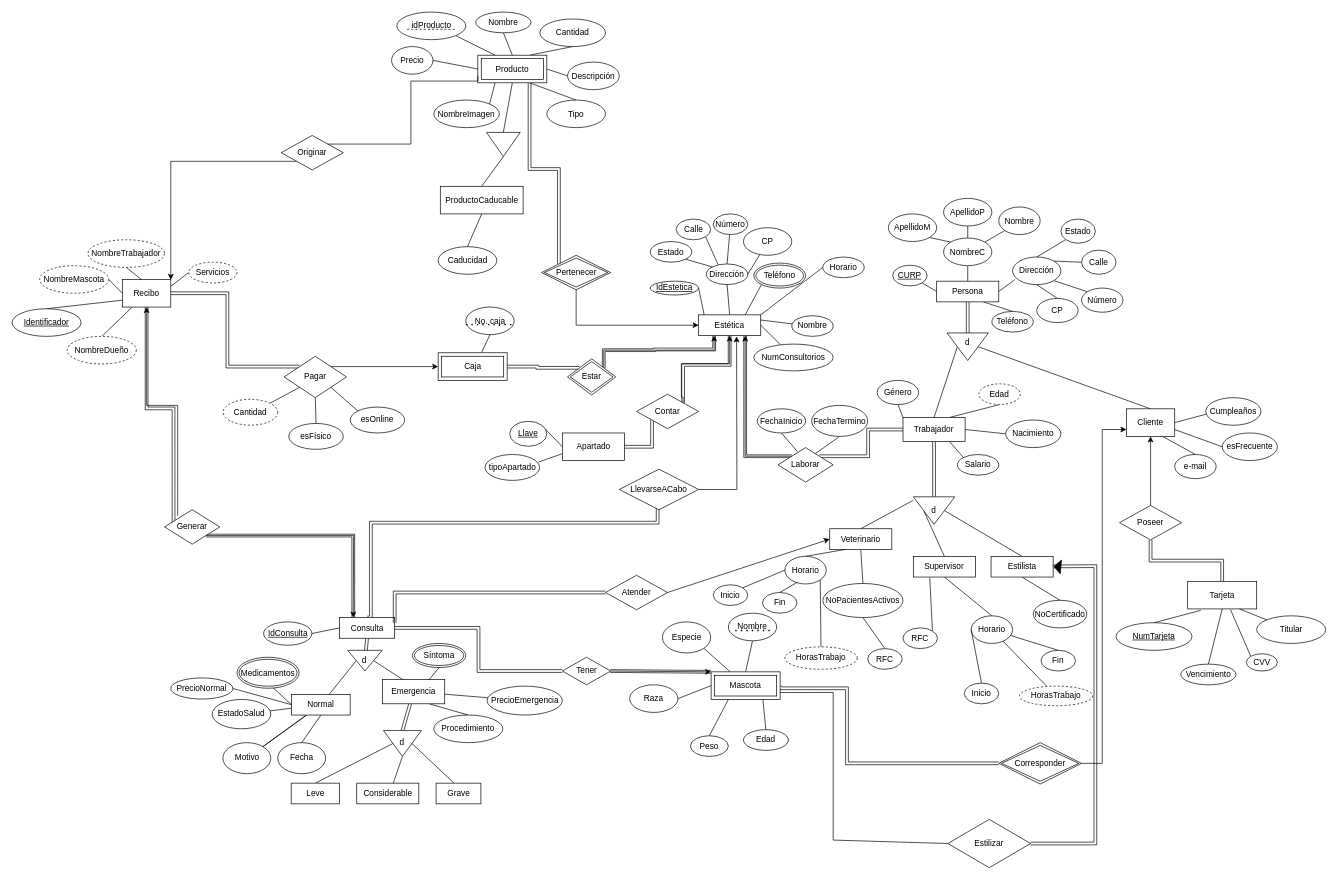
Above: ERAlfa.drawio in FBD-Alfa/Practica03 (draw.io), before the change. Source tidied: cells renumbered, new cells numbered last; positions are measured from the earlier drawing's top-left corner, leaving out a move shared by most shapes. Both pictures are drawn from the tidied source at 69%, with x=0, y=0 at pixel (12, 12).
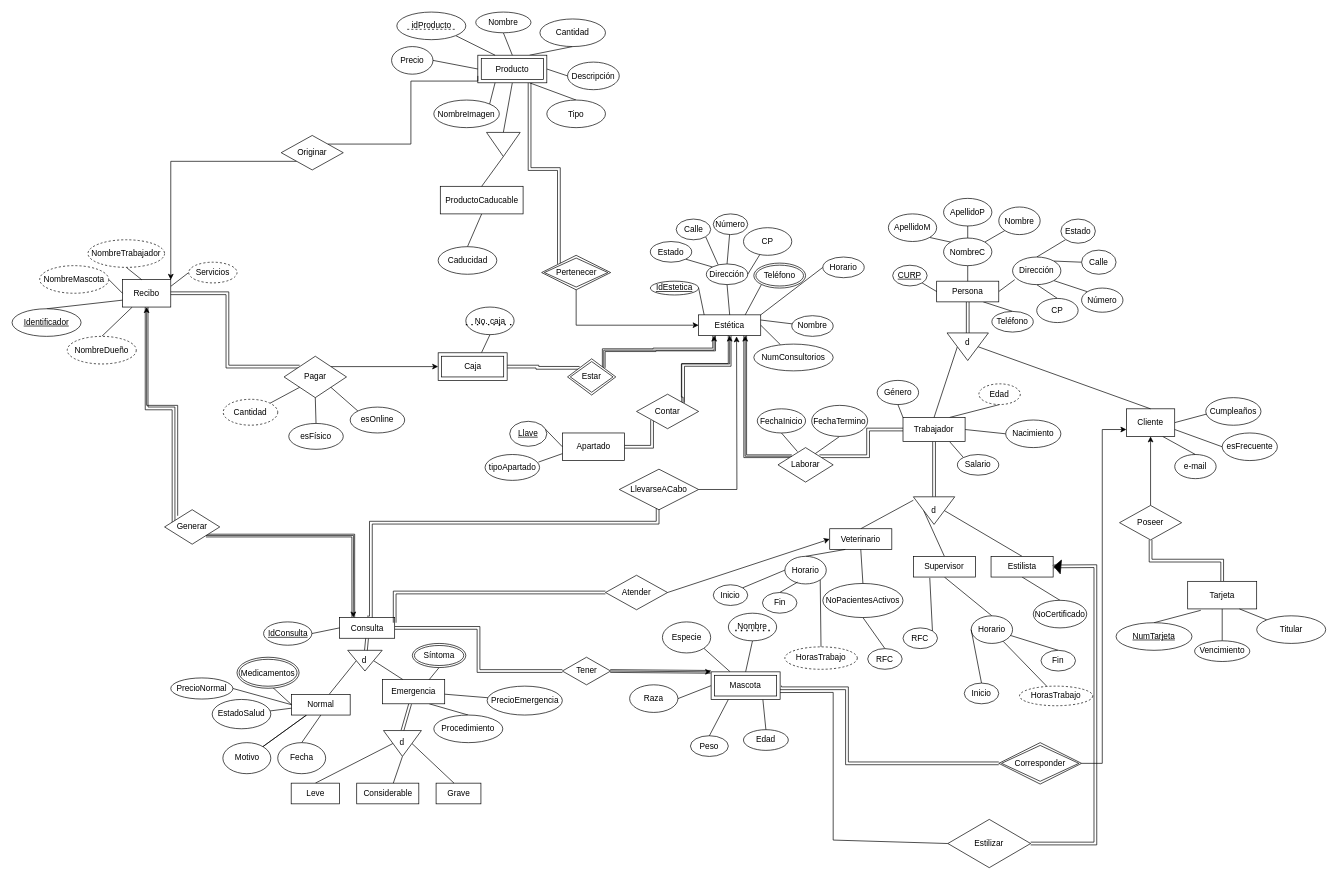
Above is the later version.

Commit message:
Elimina cvv de Tarjeta

Unchanged cells that the change refers to:
```xml
<mxCell id="170" value="Tarjeta" style="whiteSpace=wrap;html=1;align=center;" parent="1" vertex="1">
  <mxGeometry x="1703.8" y="825" width="100" height="40" as="geometry" />
</mxCell>
```

What changed in the source:
```diff
@@
     <mxCell id="175" value="Vencimiento" style="ellipse;whiteSpace=wrap;html=1;align=center;" parent="1" vertex="1">
-      <mxGeometry x="1693.8" y="945" width="80" height="30" as="geometry" />
+      <mxGeometry x="1713.8" y="911.2" width="80" height="30" as="geometry" />
     </mxCell>
@@
-    <mxCell id="178" style="edgeStyle=none;rounded=0;jettySize=auto;html=1;exitX=0;exitY=0;exitDx=0;exitDy=0;entryX=0.62;entryY=1.025;entryDx=0;entryDy=0;entryPerimeter=0;endArrow=none;endFill=0;" parent="1" edge="1" source="179" target="170">
-      <mxGeometry relative="1" as="geometry" />
-    </mxCell>
-    <mxCell id="179" value="CVV" style="ellipse;whiteSpace=wrap;html=1;align=center;" parent="1" vertex="1">
-      <mxGeometry x="1788.8" y="930" width="45" height="25" as="geometry" />
-    </mxCell>
```
